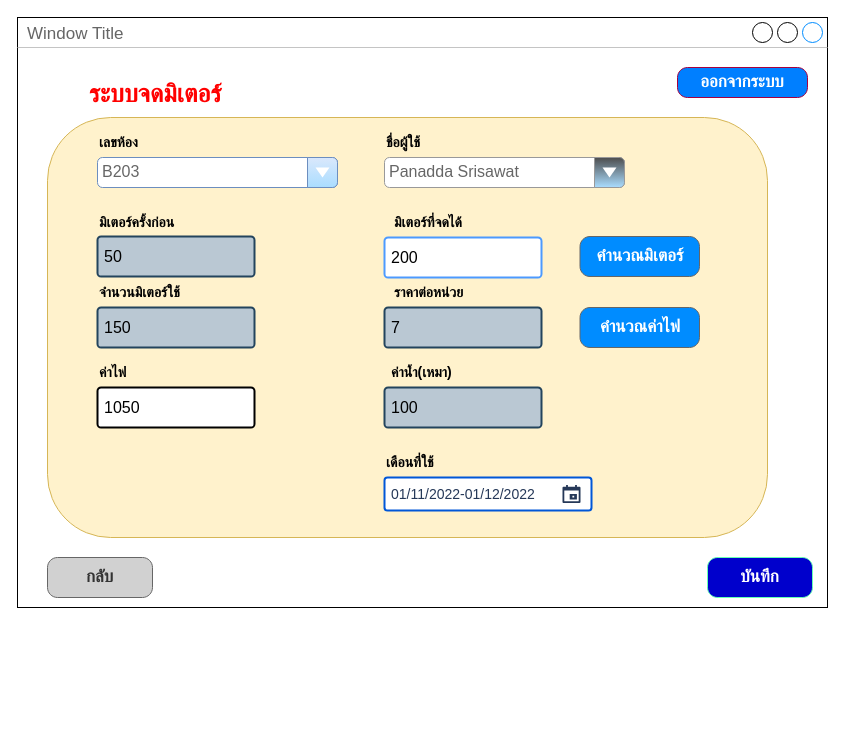
Earlier version of the draw.io diagram page "meter" (1 of 12) of SE.drawio (nunpromporn/SE). Source tidied: cells renumbered, new cells numbered last; positions are measured from the earlier drawing's top-left corner, leaving out a move shared by most shapes. Both pictures are drawn from the tidied source at 100%, with x=0, y=0 at pixel (17, 17).
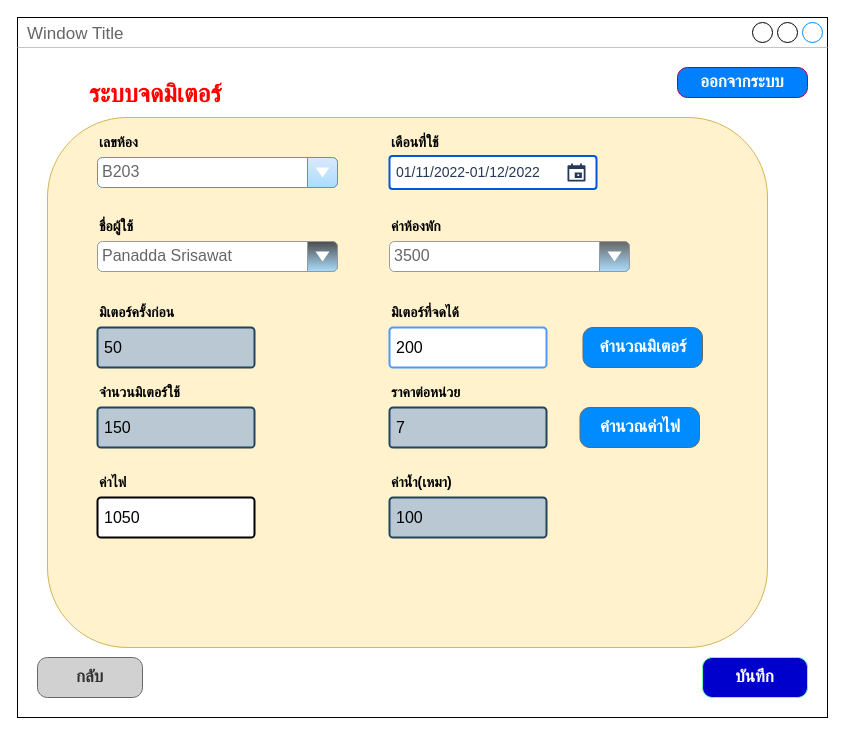
After the change.

The edit, as a diff of the source:
```diff
@@
     <mxCell id="2" value="Window Title" style="strokeWidth=1;shadow=0;dashed=0;align=center;html=1;shape=mxgraph.mockup.containers.window;align=left;verticalAlign=top;spacingLeft=8;strokeColor2=#008cff;strokeColor3=#c4c4c4;fontColor=#666666;mainText=;fontSize=17;labelBackgroundColor=none;" parent="1" vertex="1">
-      <mxGeometry width="810" height="590" as="geometry" />
+      <mxGeometry width="810" height="700" as="geometry" />
     </mxCell>
     <mxCell id="3" style="rounded=1;whiteSpace=wrap;html=1;fillColor=#fff2cc;strokeColor=#d6b656;" parent="1" vertex="1">
-      <mxGeometry x="30" y="100" width="720" height="420" as="geometry" />
+      <mxGeometry x="30" y="100" width="720" height="530" as="geometry" />
     </mxCell>
     <mxCell id="4" value="&lt;span style=&quot;font-size: 14px;&quot;&gt;&lt;b&gt;ค่านํ้า(เหมา)&lt;/b&gt;&lt;/span&gt;" style="text;html=1;strokeColor=none;fillColor=none;align=left;verticalAlign=middle;whiteSpace=wrap;rounded=0;" parent="1" vertex="1">
-      <mxGeometry x="372" y="340" width="120" height="30" as="geometry" />
+      <mxGeometry x="372" y="450" width="120" height="30" as="geometry" />
     </mxCell>
     <mxCell id="5" value="&lt;span style=&quot;font-size: 14px;&quot;&gt;&lt;b&gt;มิเตอร์ครั้งก่อน&lt;/b&gt;&lt;/span&gt;" style="text;html=1;strokeColor=none;fillColor=none;align=left;verticalAlign=middle;whiteSpace=wrap;rounded=0;" parent="1" vertex="1">
-      <mxGeometry x="80" y="190" width="180" height="30" as="geometry" />
+      <mxGeometry x="80" y="280" width="180" height="30" as="geometry" />
     </mxCell>
     <mxCell id="6" value="&lt;span style=&quot;font-size: 14px;&quot;&gt;&lt;b&gt;มิเตอร์ที่จดได้&lt;/b&gt;&lt;/span&gt;" style="text;html=1;strokeColor=none;fillColor=none;align=left;verticalAlign=middle;whiteSpace=wrap;rounded=0;" parent="1" vertex="1">
-      <mxGeometry x="375" y="190" width="90" height="30" as="geometry" />
+      <mxGeometry x="372" y="280" width="90" height="30" as="geometry" />
     </mxCell>
@@
     <mxCell id="8" value="&lt;font color=&quot;#ffffff&quot;&gt;บันทึก&lt;/font&gt;" style="strokeWidth=1;shadow=0;dashed=0;align=center;html=1;shape=mxgraph.mockup.buttons.button;strokeColor=#66FFB3;mainText=;buttonStyle=round;fontSize=17;fontStyle=1;fillColor=#0000CC;whiteSpace=wrap;" parent="1" vertex="1">
-      <mxGeometry x="690" y="540" width="105" height="40" as="geometry" />
+      <mxGeometry x="685" y="640" width="105" height="40" as="geometry" />
     </mxCell>
@@
     <mxCell id="11" value="&lt;span style=&quot;font-size: 14px;&quot;&gt;&lt;b&gt;จำนวนมิเตอร์ใช้&lt;/b&gt;&lt;/span&gt;" style="text;html=1;strokeColor=none;fillColor=none;align=left;verticalAlign=middle;whiteSpace=wrap;rounded=0;" parent="1" vertex="1">
-      <mxGeometry x="80" y="260" width="120" height="30" as="geometry" />
+      <mxGeometry x="80" y="360" width="120" height="30" as="geometry" />
     </mxCell>
@@
     <mxCell id="13" value="กลับ" style="strokeWidth=1;shadow=0;dashed=0;align=center;html=1;shape=mxgraph.mockup.buttons.button;strokeColor=#666666;mainText=;buttonStyle=round;fontSize=17;fontStyle=1;fillColor=#D1D1D1;whiteSpace=wrap;fontColor=#333333;" parent="1" vertex="1">
-      <mxGeometry x="30" y="540" width="105" height="40" as="geometry" />
+      <mxGeometry x="20" y="640" width="105" height="40" as="geometry" />
     </mxCell>
     <mxCell id="14" value="&lt;span style=&quot;font-size: 14px;&quot;&gt;&lt;b&gt;ค่าไฟ&lt;/b&gt;&lt;/span&gt;" style="text;html=1;strokeColor=none;fillColor=none;align=left;verticalAlign=middle;whiteSpace=wrap;rounded=0;" parent="1" vertex="1">
-      <mxGeometry x="80" y="340" width="90" height="30" as="geometry" />
+      <mxGeometry x="80" y="450" width="90" height="30" as="geometry" />
     </mxCell>
     <mxCell id="15" value="&lt;span style=&quot;font-size: 14px;&quot;&gt;&lt;b&gt;ราคาต่อหน่วย&lt;/b&gt;&lt;/span&gt;" style="text;html=1;strokeColor=none;fillColor=none;align=left;verticalAlign=middle;whiteSpace=wrap;rounded=0;" parent="1" vertex="1">
-      <mxGeometry x="375" y="260" width="90" height="30" as="geometry" />
+      <mxGeometry x="372" y="360" width="90" height="30" as="geometry" />
     </mxCell>
     <mxCell id="16" value="&lt;span style=&quot;font-size: 14px;&quot;&gt;&lt;b&gt;เดือนที่ใช้&lt;/b&gt;&lt;/span&gt;" style="text;html=1;strokeColor=none;fillColor=none;align=left;verticalAlign=middle;whiteSpace=wrap;rounded=0;" parent="1" vertex="1">
-      <mxGeometry x="367" y="430" width="120" height="30" as="geometry" />
+      <mxGeometry x="372" y="110" width="120" height="30" as="geometry" />
     </mxCell>
     <mxCell id="17" value="&lt;font style=&quot;font-size: 14px;&quot;&gt;01/11/2022-01/12/2022&lt;/font&gt;" style="rounded=1;arcSize=9;fillColor=#ffffff;align=left;spacingLeft=5;strokeColor=#0057D8;html=1;strokeWidth=2;fontColor=#253858;fontSize=12;" parent="1" vertex="1">
-      <mxGeometry x="367" y="460" width="207" height="33" as="geometry" />
+      <mxGeometry x="372" y="138.5" width="207" height="33" as="geometry" />
     </mxCell>
@@
     <mxCell id="19" value="&lt;font style=&quot;font-size: 16px;&quot;&gt;200&lt;/font&gt;" style="rounded=1;arcSize=9;align=left;spacingLeft=5;strokeColor=#4C9AFF;html=1;strokeWidth=2;fontSize=12;" parent="1" vertex="1">
-      <mxGeometry x="367" y="220" width="157" height="40" as="geometry" />
+      <mxGeometry x="372" y="310" width="157" height="40" as="geometry" />
     </mxCell>
     <mxCell id="20" value="คำนวณมิเตอร์" style="strokeWidth=1;shadow=0;dashed=0;align=center;html=1;shape=mxgraph.mockup.buttons.button;strokeColor=#666666;fontColor=#ffffff;mainText=;buttonStyle=round;fontSize=17;fontStyle=1;fillColor=#008cff;whiteSpace=wrap;" parent="1" vertex="1">
-      <mxGeometry x="562.5" y="219" width="119.5" height="40" as="geometry" />
+      <mxGeometry x="565.5" y="310" width="119.5" height="40" as="geometry" />
     </mxCell>
     <mxCell id="21" value="&lt;font style=&quot;font-size: 16px;&quot;&gt;150&lt;/font&gt;" style="rounded=1;arcSize=9;align=left;spacingLeft=5;strokeColor=#23445d;html=1;strokeWidth=2;fontSize=12;fillColor=#bac8d3;" parent="1" vertex="1">
-      <mxGeometry x="80" y="290" width="157" height="40" as="geometry" />
+      <mxGeometry x="80" y="390" width="157" height="40" as="geometry" />
     </mxCell>
     <mxCell id="22" value="&lt;font style=&quot;font-size: 16px;&quot;&gt;7&lt;/font&gt;" style="rounded=1;arcSize=9;align=left;spacingLeft=5;strokeColor=#23445d;html=1;strokeWidth=2;fontSize=12;fillColor=#bac8d3;" parent="1" vertex="1">
-      <mxGeometry x="367" y="290" width="157" height="40" as="geometry" />
+      <mxGeometry x="372" y="390" width="157" height="40" as="geometry" />
     </mxCell>
     <mxCell id="23" value="คำนวณค่าไฟ" style="strokeWidth=1;shadow=0;dashed=0;align=center;html=1;shape=mxgraph.mockup.buttons.button;strokeColor=#666666;fontColor=#ffffff;mainText=;buttonStyle=round;fontSize=17;fontStyle=1;fillColor=#008cff;whiteSpace=wrap;" parent="1" vertex="1">
-      <mxGeometry x="562.5" y="290" width="119.5" height="40" as="geometry" />
+      <mxGeometry x="562.5" y="390" width="119.5" height="40" as="geometry" />
     </mxCell>
     <mxCell id="24" value="&lt;font style=&quot;font-size: 16px;&quot;&gt;1050&lt;/font&gt;" style="rounded=1;arcSize=9;align=left;spacingLeft=5;html=1;strokeWidth=2;fontSize=12;" parent="1" vertex="1">
-      <mxGeometry x="80" y="370" width="157" height="40" as="geometry" />
+      <mxGeometry x="80" y="480" width="157" height="40" as="geometry" />
     </mxCell>
     <mxCell id="25" value="&lt;font style=&quot;font-size: 16px;&quot;&gt;100&lt;/font&gt;" style="rounded=1;arcSize=9;align=left;spacingLeft=5;strokeColor=#23445d;html=1;strokeWidth=2;fontSize=12;fillColor=#bac8d3;" parent="1" vertex="1">
-      <mxGeometry x="367" y="370" width="157" height="40" as="geometry" />
+      <mxGeometry x="372" y="480" width="157" height="40" as="geometry" />
     </mxCell>
     <mxCell id="26" value="&lt;font style=&quot;font-size: 16px;&quot;&gt;50&lt;/font&gt;" style="rounded=1;arcSize=9;align=left;spacingLeft=5;strokeColor=#23445d;html=1;strokeWidth=2;fontSize=12;fillColor=#bac8d3;" parent="1" vertex="1">
-      <mxGeometry x="80" y="219" width="157" height="40" as="geometry" />
+      <mxGeometry x="80" y="310" width="157" height="40" as="geometry" />
     </mxCell>
     <mxCell id="27" value="&lt;font style=&quot;font-size: 16px;&quot;&gt;Panadda Srisawat&lt;/font&gt;" style="strokeWidth=1;shadow=0;dashed=0;align=center;html=1;shape=mxgraph.mockup.forms.comboBox;strokeColor=#999999;fillColor=#4D4D4D;align=left;fillColor2=#aaddff;mainText=;fontColor=#666666;fontSize=17;spacingLeft=3;" parent="1" vertex="1">
-      <mxGeometry x="367" y="140" width="240" height="30" as="geometry" />
+      <mxGeometry x="80" y="224" width="240" height="30" as="geometry" />
     </mxCell>
     <mxCell id="28" value="&lt;span style=&quot;font-size: 14px;&quot;&gt;&lt;b&gt;ชื่อผู้ใช้&lt;/b&gt;&lt;/span&gt;" style="text;html=1;strokeColor=none;fillColor=none;align=left;verticalAlign=middle;whiteSpace=wrap;rounded=0;" parent="1" vertex="1">
-      <mxGeometry x="367" y="110" width="90" height="30" as="geometry" />
+      <mxGeometry x="80" y="194" width="90" height="30" as="geometry" />
     </mxCell>
+    <mxCell id="29" value="&lt;font style=&quot;font-size: 16px;&quot;&gt;3500&lt;/font&gt;" style="strokeWidth=1;shadow=0;dashed=0;align=center;html=1;shape=mxgraph.mockup.forms.comboBox;strokeColor=#999999;fillColor=#666666;align=left;fillColor2=#aaddff;mainText=;fontColor=#666666;fontSize=17;spacingLeft=3;" parent="1" vertex="1">
+      <mxGeometry x="372" y="224" width="240" height="30" as="geometry" />
+    </mxCell>
+    <mxCell id="30" value="&lt;span style=&quot;font-size: 14px;&quot;&gt;&lt;b&gt;ค่าห้องพัก&lt;/b&gt;&lt;/span&gt;" style="text;html=1;strokeColor=none;fillColor=none;align=left;verticalAlign=middle;whiteSpace=wrap;rounded=0;" parent="1" vertex="1">
+      <mxGeometry x="372" y="194" width="120" height="30" as="geometry" />
+    </mxCell>
```
